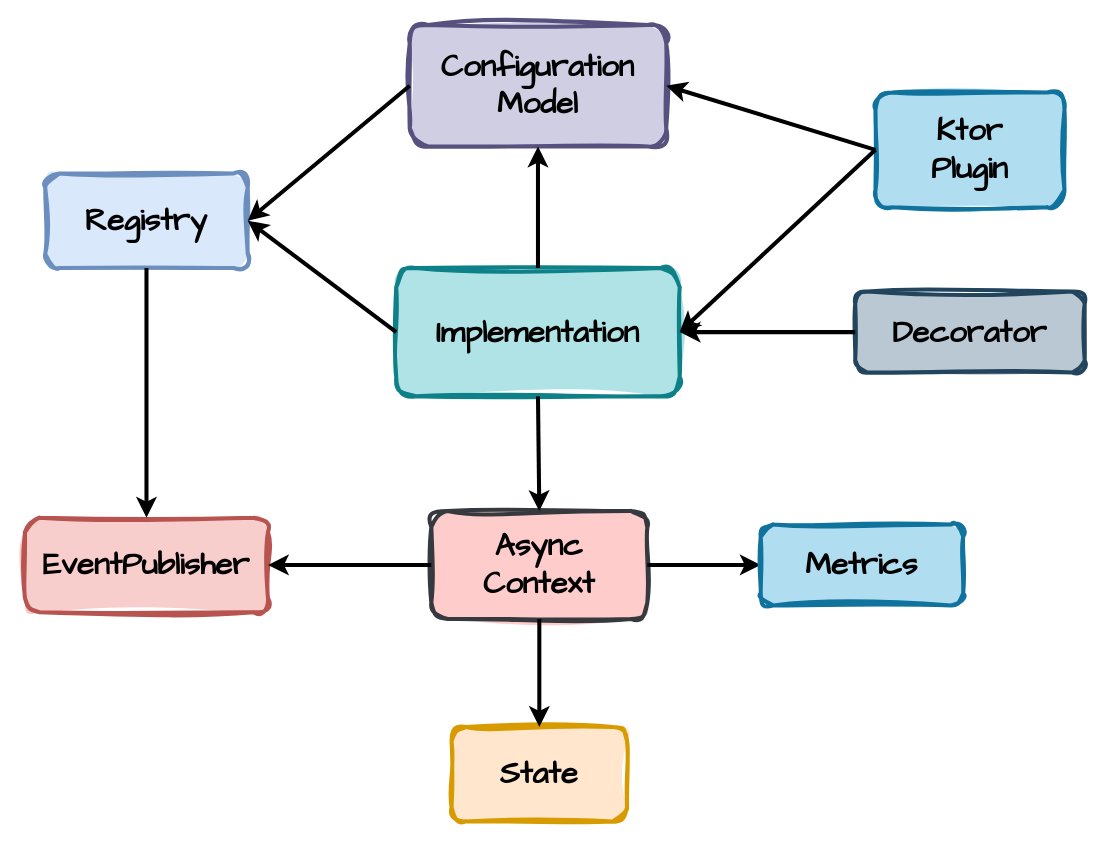
Earlier version of the draw.io diagram page "kresil-mechanism-architecture" (5 of 14) of docs/drawio/kresil-diagrams.drawio (kresil/project-documentation). Source tidied: cells renumbered, new cells numbered last; positions are measured from the earlier drawing's top-left corner, leaving out a move shared by most shapes. Both pictures are drawn from the tidied source at 135%, with x=0, y=0 at pixel (24, 24).
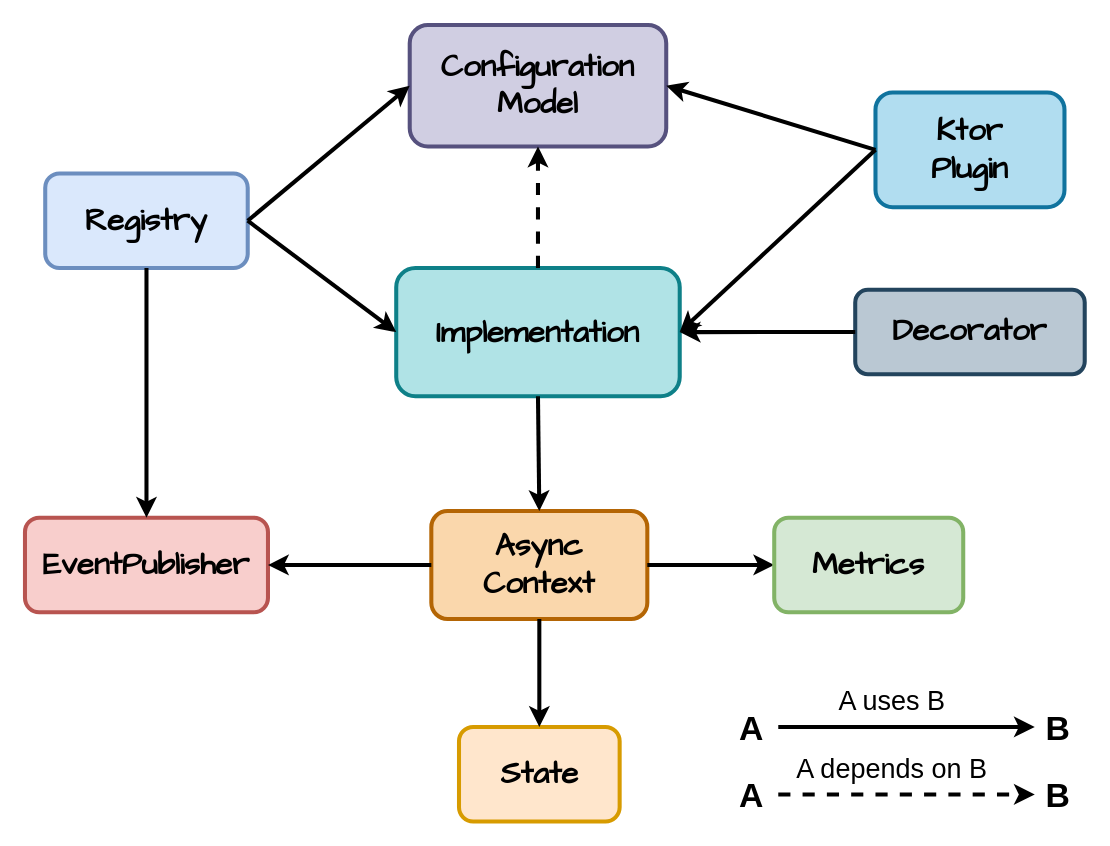
Above is the later version.

Diff of the diagram source:
```diff
@@
-    <mxCell id="2" value="&lt;b style=&quot;font-family: &amp;quot;Comic Sans MS&amp;quot;;&quot;&gt;&lt;font style=&quot;font-size: 23px;&quot;&gt;Configuration&lt;br&gt;Model&lt;/font&gt;&lt;/b&gt;" style="rounded=1;whiteSpace=wrap;html=1;fillColor=#d0cee2;strokeColor=#56517e;strokeWidth=3;fillStyle=solid;sketch=1;curveFitting=1;jiggle=2;" parent="1" vertex="1">
+    <mxCell id="2" value="&lt;b style=&quot;font-family: &amp;quot;Comic Sans MS&amp;quot;;&quot;&gt;&lt;font style=&quot;font-size: 23px;&quot;&gt;Configuration&lt;br&gt;Model&lt;/font&gt;&lt;/b&gt;" style="rounded=1;whiteSpace=wrap;html=1;fillColor=#d0cee2;strokeColor=#56517e;strokeWidth=3;fillStyle=solid;" parent="1" vertex="1">
       <mxGeometry x="285" width="190" height="90" as="geometry" />
     </mxCell>
-    <mxCell id="3" value="&lt;b style=&quot;font-family: &amp;quot;Comic Sans MS&amp;quot;;&quot;&gt;&lt;font style=&quot;font-size: 23px;&quot;&gt;Implementation&lt;/font&gt;&lt;/b&gt;" style="rounded=1;whiteSpace=wrap;html=1;fillColor=#b0e3e6;strokeColor=#0e8088;strokeWidth=3;fillStyle=solid;sketch=1;curveFitting=1;jiggle=2;" parent="1" vertex="1">
+    <mxCell id="3" value="&lt;b style=&quot;font-family: &amp;quot;Comic Sans MS&amp;quot;;&quot;&gt;&lt;font style=&quot;font-size: 23px;&quot;&gt;Implementation&lt;/font&gt;&lt;/b&gt;" style="rounded=1;whiteSpace=wrap;html=1;fillColor=#b0e3e6;strokeColor=#0e8088;strokeWidth=3;fillStyle=solid;" parent="1" vertex="1">
       <mxGeometry x="275" y="180" width="210" height="95" as="geometry" />
     </mxCell>
-    <mxCell id="4" value="&lt;font face=&quot;Comic Sans MS&quot;&gt;&lt;span style=&quot;font-size: 23px;&quot;&gt;&lt;b&gt;Decorator&lt;/b&gt;&lt;/span&gt;&lt;/font&gt;" style="rounded=1;whiteSpace=wrap;html=1;fillColor=#bac8d3;strokeColor=#23445d;strokeWidth=3;fillStyle=solid;sketch=1;curveFitting=1;jiggle=2;" parent="1" vertex="1">
-      <mxGeometry x="615" y="197.5" width="170" height="60" as="geometry" />
+    <mxCell id="4" value="&lt;font face=&quot;Comic Sans MS&quot;&gt;&lt;span style=&quot;font-size: 23px;&quot;&gt;&lt;b&gt;Decorator&lt;/b&gt;&lt;/span&gt;&lt;/font&gt;" style="rounded=1;whiteSpace=wrap;html=1;fillColor=#bac8d3;strokeColor=#23445d;strokeWidth=3;fillStyle=solid;" parent="1" vertex="1">
+      <mxGeometry x="615" y="196.2" width="170" height="62.5" as="geometry" />
     </mxCell>
-    <mxCell id="5" value="&lt;font face=&quot;Comic Sans MS&quot;&gt;&lt;span style=&quot;font-size: 23px;&quot;&gt;&lt;b&gt;Ktor&lt;/b&gt;&lt;/span&gt;&lt;/font&gt;&lt;div&gt;&lt;font face=&quot;Comic Sans MS&quot;&gt;&lt;span style=&quot;font-size: 23px;&quot;&gt;&lt;b&gt;Plugin&lt;/b&gt;&lt;/span&gt;&lt;/font&gt;&lt;/div&gt;" style="rounded=1;whiteSpace=wrap;html=1;fillColor=#b1ddf0;strokeColor=#10739e;strokeWidth=3;fillStyle=solid;sketch=1;curveFitting=1;jiggle=2;" parent="1" vertex="1">
+    <mxCell id="5" value="&lt;font face=&quot;Comic Sans MS&quot;&gt;&lt;span style=&quot;font-size: 23px;&quot;&gt;&lt;b&gt;Ktor&lt;/b&gt;&lt;/span&gt;&lt;/font&gt;&lt;div&gt;&lt;font face=&quot;Comic Sans MS&quot;&gt;&lt;span style=&quot;font-size: 23px;&quot;&gt;&lt;b&gt;Plugin&lt;/b&gt;&lt;/span&gt;&lt;/font&gt;&lt;/div&gt;" style="rounded=1;whiteSpace=wrap;html=1;fillColor=#b1ddf0;strokeColor=#10739e;strokeWidth=3;fillStyle=solid;" parent="1" vertex="1">
       <mxGeometry x="630" y="50" width="140" height="85" as="geometry" />
     </mxCell>
-    <mxCell id="6" value="&lt;b style=&quot;font-family: &amp;quot;Comic Sans MS&amp;quot;;&quot;&gt;&lt;font style=&quot;font-size: 23px;&quot;&gt;Async&lt;/font&gt;&lt;/b&gt;&lt;div&gt;&lt;b style=&quot;font-family: &amp;quot;Comic Sans MS&amp;quot;;&quot;&gt;&lt;font style=&quot;font-size: 23px;&quot;&gt;Context&lt;/font&gt;&lt;/b&gt;&lt;/div&gt;" style="rounded=1;whiteSpace=wrap;html=1;fillColor=#ffcccc;strokeColor=#36393d;strokeWidth=3;fillStyle=solid;sketch=1;curveFitting=1;jiggle=2;" parent="1" vertex="1">
+    <mxCell id="6" value="&lt;b style=&quot;font-family: &amp;quot;Comic Sans MS&amp;quot;;&quot;&gt;&lt;font style=&quot;font-size: 23px;&quot;&gt;Async&lt;/font&gt;&lt;/b&gt;&lt;div&gt;&lt;b style=&quot;font-family: &amp;quot;Comic Sans MS&amp;quot;;&quot;&gt;&lt;font style=&quot;font-size: 23px;&quot;&gt;Context&lt;/font&gt;&lt;/b&gt;&lt;/div&gt;" style="rounded=1;whiteSpace=wrap;html=1;fillColor=#fad7ac;strokeColor=#b46504;strokeWidth=3;fillStyle=solid;" parent="1" vertex="1">
       <mxGeometry x="301" y="360" width="160" height="80" as="geometry" />
     </mxCell>
@@
-    <mxCell id="8" style="endArrow=classic;html=1;rounded=0;exitX=0.5;exitY=0;exitDx=0;exitDy=0;strokeWidth=3;entryX=0.5;entryY=1;entryDx=0;entryDy=0;" parent="1" edge="1" source="3" target="2">
-      <mxGeometry relative="1" as="geometry" />
-    </mxCell>
@@
-    <mxCell id="11" value="&lt;font face=&quot;Comic Sans MS&quot;&gt;&lt;span style=&quot;font-size: 23px;&quot;&gt;&lt;b&gt;Registry&lt;/b&gt;&lt;/span&gt;&lt;/font&gt;" style="rounded=1;whiteSpace=wrap;html=1;fillColor=#dae8fc;strokeColor=#6c8ebf;strokeWidth=3;fillStyle=solid;sketch=1;curveFitting=1;jiggle=2;" parent="1" vertex="1">
+    <mxCell id="11" value="&lt;font face=&quot;Comic Sans MS&quot;&gt;&lt;span style=&quot;font-size: 23px;&quot;&gt;&lt;b&gt;Registry&lt;/b&gt;&lt;/span&gt;&lt;/font&gt;" style="rounded=1;whiteSpace=wrap;html=1;fillColor=#dae8fc;strokeColor=#6c8ebf;strokeWidth=3;fillStyle=solid;" parent="1" vertex="1">
       <mxGeometry x="15" y="110" width="150" height="70" as="geometry" />
     </mxCell>
-    <mxCell id="12" value="&lt;font face=&quot;Comic Sans MS&quot;&gt;&lt;span style=&quot;font-size: 23px;&quot;&gt;&lt;b&gt;EventPublisher&lt;/b&gt;&lt;/span&gt;&lt;/font&gt;" style="rounded=1;whiteSpace=wrap;html=1;fillColor=#f8cecc;strokeColor=#b85450;strokeWidth=3;fillStyle=solid;sketch=1;curveFitting=1;jiggle=2;" parent="1" vertex="1">
+    <mxCell id="12" value="&lt;font face=&quot;Comic Sans MS&quot;&gt;&lt;span style=&quot;font-size: 23px;&quot;&gt;&lt;b&gt;EventPublisher&lt;/b&gt;&lt;/span&gt;&lt;/font&gt;" style="rounded=1;whiteSpace=wrap;html=1;fillColor=#f8cecc;strokeColor=#b85450;strokeWidth=3;fillStyle=solid;" parent="1" vertex="1">
       <mxGeometry y="365" width="180" height="70" as="geometry" />
     </mxCell>
-    <mxCell id="13" style="endArrow=classic;html=1;rounded=0;strokeWidth=3;exitX=0;exitY=0.5;exitDx=0;exitDy=0;entryX=1;entryY=0.5;entryDx=0;entryDy=0;" parent="1" edge="1" source="3" target="11">
+    <mxCell id="13" style="endArrow=classic;html=1;rounded=0;strokeWidth=3;entryX=0;entryY=0.5;entryDx=0;entryDy=0;exitX=1;exitY=0.5;exitDx=0;exitDy=0;" parent="1" edge="1" source="11" target="3">
       <mxGeometry relative="1" as="geometry" />
     </mxCell>
-    <mxCell id="14" style="endArrow=classic;html=1;rounded=0;strokeWidth=3;exitX=0;exitY=0.5;exitDx=0;exitDy=0;entryX=1;entryY=0.5;entryDx=0;entryDy=0;" parent="1" edge="1" source="2" target="11">
+    <mxCell id="14" style="endArrow=classic;html=1;rounded=0;strokeWidth=3;exitX=1;exitY=0.5;exitDx=0;exitDy=0;entryX=0;entryY=0.5;entryDx=0;entryDy=0;" parent="1" edge="1" source="11" target="2">
       <mxGeometry relative="1" as="geometry" />
     </mxCell>
-    <mxCell id="15" value="&lt;font face=&quot;Comic Sans MS&quot;&gt;&lt;span style=&quot;font-size: 23px;&quot;&gt;&lt;b&gt;State&lt;/b&gt;&lt;/span&gt;&lt;/font&gt;" style="rounded=1;whiteSpace=wrap;html=1;fillColor=#ffe6cc;strokeColor=#d79b00;strokeWidth=3;fillStyle=solid;sketch=1;curveFitting=1;jiggle=2;" parent="1" vertex="1">
-      <mxGeometry x="316" y="520" width="130" height="70" as="geometry" />
+    <mxCell id="15" value="&lt;font face=&quot;Comic Sans MS&quot;&gt;&lt;span style=&quot;font-size: 23px;&quot;&gt;&lt;b&gt;State&lt;/b&gt;&lt;/span&gt;&lt;/font&gt;" style="rounded=1;whiteSpace=wrap;html=1;fillColor=#ffe6cc;strokeColor=#d79b00;strokeWidth=3;fillStyle=solid;" parent="1" vertex="1">
+      <mxGeometry x="321.5" y="520" width="119" height="70" as="geometry" />
     </mxCell>
@@
-    <mxCell id="19" value="&lt;b style=&quot;font-family: &amp;quot;Comic Sans MS&amp;quot;;&quot;&gt;&lt;font style=&quot;font-size: 23px;&quot;&gt;Metrics&lt;/font&gt;&lt;/b&gt;" style="rounded=1;whiteSpace=wrap;html=1;fillColor=#b1ddf0;strokeColor=#10739e;strokeWidth=3;fillStyle=solid;sketch=1;curveFitting=1;jiggle=2;" parent="1" vertex="1">
-      <mxGeometry x="545" y="370" width="150" height="60" as="geometry" />
+    <mxCell id="19" value="&lt;b style=&quot;font-family: &amp;quot;Comic Sans MS&amp;quot;;&quot;&gt;&lt;font style=&quot;font-size: 23px;&quot;&gt;Metrics&lt;/font&gt;&lt;/b&gt;" style="rounded=1;whiteSpace=wrap;html=1;fillColor=#d5e8d4;strokeColor=#82b366;strokeWidth=3;fillStyle=solid;" parent="1" vertex="1">
+      <mxGeometry x="555" y="365" width="140" height="70" as="geometry" />
     </mxCell>
@@
+    <mxCell id="22" value="&lt;font style=&quot;font-size: 20px;&quot;&gt;A depends on B&lt;/font&gt;" style="text;html=1;align=center;verticalAlign=middle;strokeColor=none;fillColor=none;" parent="1" vertex="1">
+      <mxGeometry x="562" y="530" width="160" height="40" as="geometry" />
+    </mxCell>
+    <mxCell id="23" value="&lt;b&gt;&lt;font style=&quot;font-size: 25px;&quot;&gt;A&lt;/font&gt;&lt;/b&gt;" style="text;html=1;align=center;verticalAlign=middle;strokeColor=none;fillColor=none;" parent="1" vertex="1">
+      <mxGeometry x="518" y="550" width="40" height="40" as="geometry" />
+    </mxCell>
+    <mxCell id="24" value="&lt;span style=&quot;font-size: 25px;&quot;&gt;&lt;b&gt;B&lt;/b&gt;&lt;/span&gt;" style="text;html=1;align=center;verticalAlign=middle;strokeColor=none;fillColor=none;" parent="1" vertex="1">
+      <mxGeometry x="745" y="550" width="40" height="40" as="geometry" />
+    </mxCell>
+    <mxCell id="25" style="endArrow=classic;html=1;rounded=0;strokeWidth=3;dashed=1;" parent="1" edge="1">
+      <mxGeometry relative="1" as="geometry">
+        <mxPoint x="558" y="570" as="sourcePoint" />
+        <mxPoint x="748" y="570" as="targetPoint" />
+      </mxGeometry>
+    </mxCell>
+    <mxCell id="8" style="endArrow=classic;html=1;rounded=0;exitX=0.5;exitY=0;exitDx=0;exitDy=0;strokeWidth=3;dashed=1;entryX=0.5;entryY=1;entryDx=0;entryDy=0;" parent="1" edge="1" source="3" target="2">
+      <mxGeometry relative="1" as="geometry" />
+    </mxCell>
+    <mxCell id="26" value="&lt;font style=&quot;font-size: 20px;&quot;&gt;A uses B&lt;/font&gt;" style="text;html=1;align=center;verticalAlign=middle;strokeColor=none;fillColor=none;" parent="1" vertex="1">
+      <mxGeometry x="592" y="480" width="100" height="40" as="geometry" />
+    </mxCell>
+    <mxCell id="27" value="&lt;b&gt;&lt;font style=&quot;font-size: 25px;&quot;&gt;A&lt;/font&gt;&lt;/b&gt;" style="text;html=1;align=center;verticalAlign=middle;strokeColor=none;fillColor=none;" parent="1" vertex="1">
+      <mxGeometry x="518" y="500" width="40" height="40" as="geometry" />
+    </mxCell>
+    <mxCell id="28" value="&lt;span style=&quot;font-size: 25px;&quot;&gt;&lt;b&gt;B&lt;/b&gt;&lt;/span&gt;" style="text;html=1;align=center;verticalAlign=middle;strokeColor=none;fillColor=none;" parent="1" vertex="1">
+      <mxGeometry x="745" y="500" width="40" height="40" as="geometry" />
+    </mxCell>
+    <mxCell id="29" style="endArrow=classic;html=1;rounded=0;strokeWidth=3;" parent="1" edge="1">
+      <mxGeometry relative="1" as="geometry">
+        <mxPoint x="558" y="520" as="sourcePoint" />
+        <mxPoint x="748" y="520" as="targetPoint" />
+      </mxGeometry>
+    </mxCell>
```
